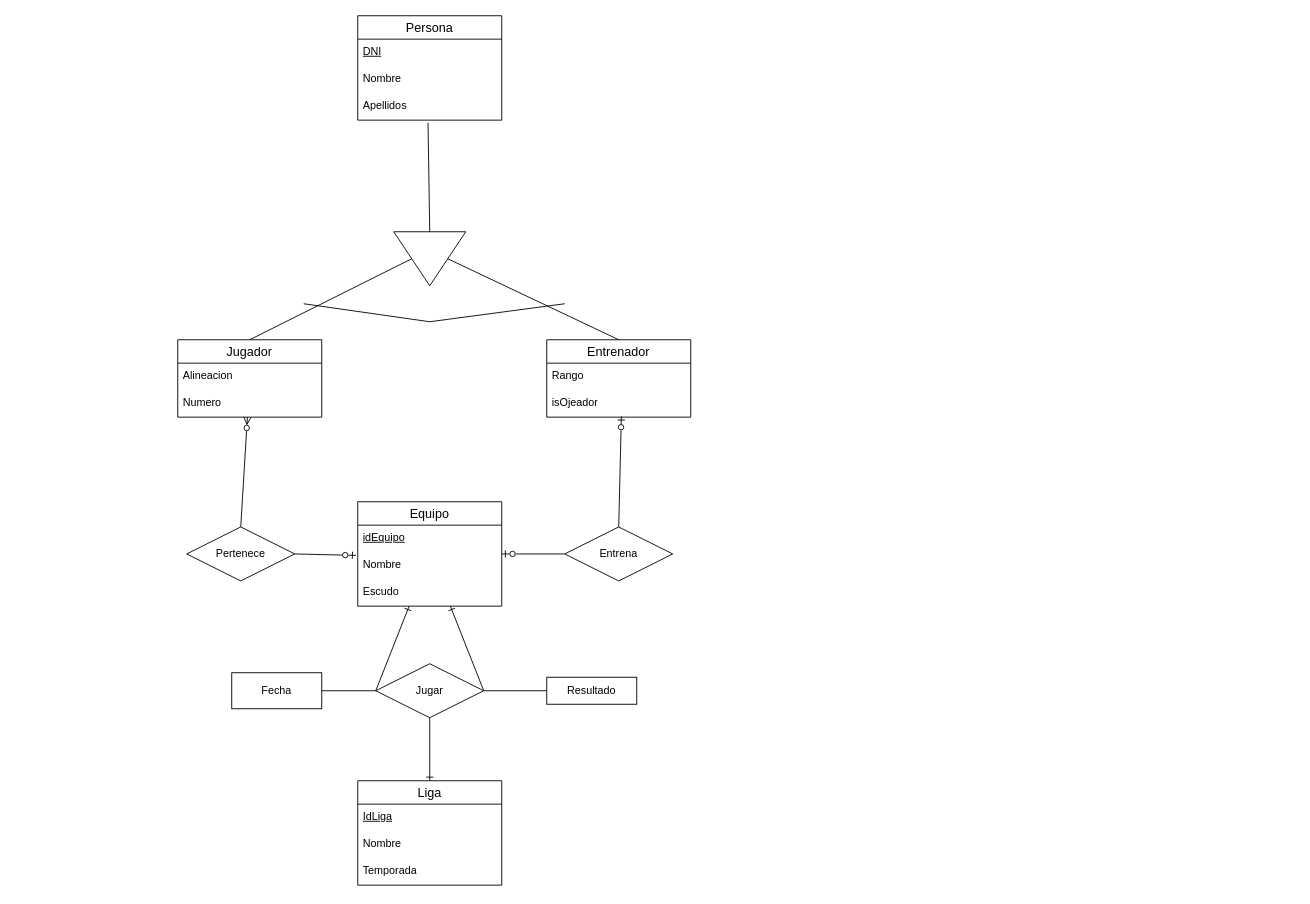
Above: TA12Ej10.drawio in AlejandroCara/acr-tsys-modeloER-drawio-1110 (draw.io), before the change. Source tidied: cells renumbered, new cells numbered last; positions are measured from the earlier drawing's top-left corner, leaving out a move shared by most shapes. Both pictures are drawn from the tidied source at 90%, with x=0, y=0 at pixel (177, 15).
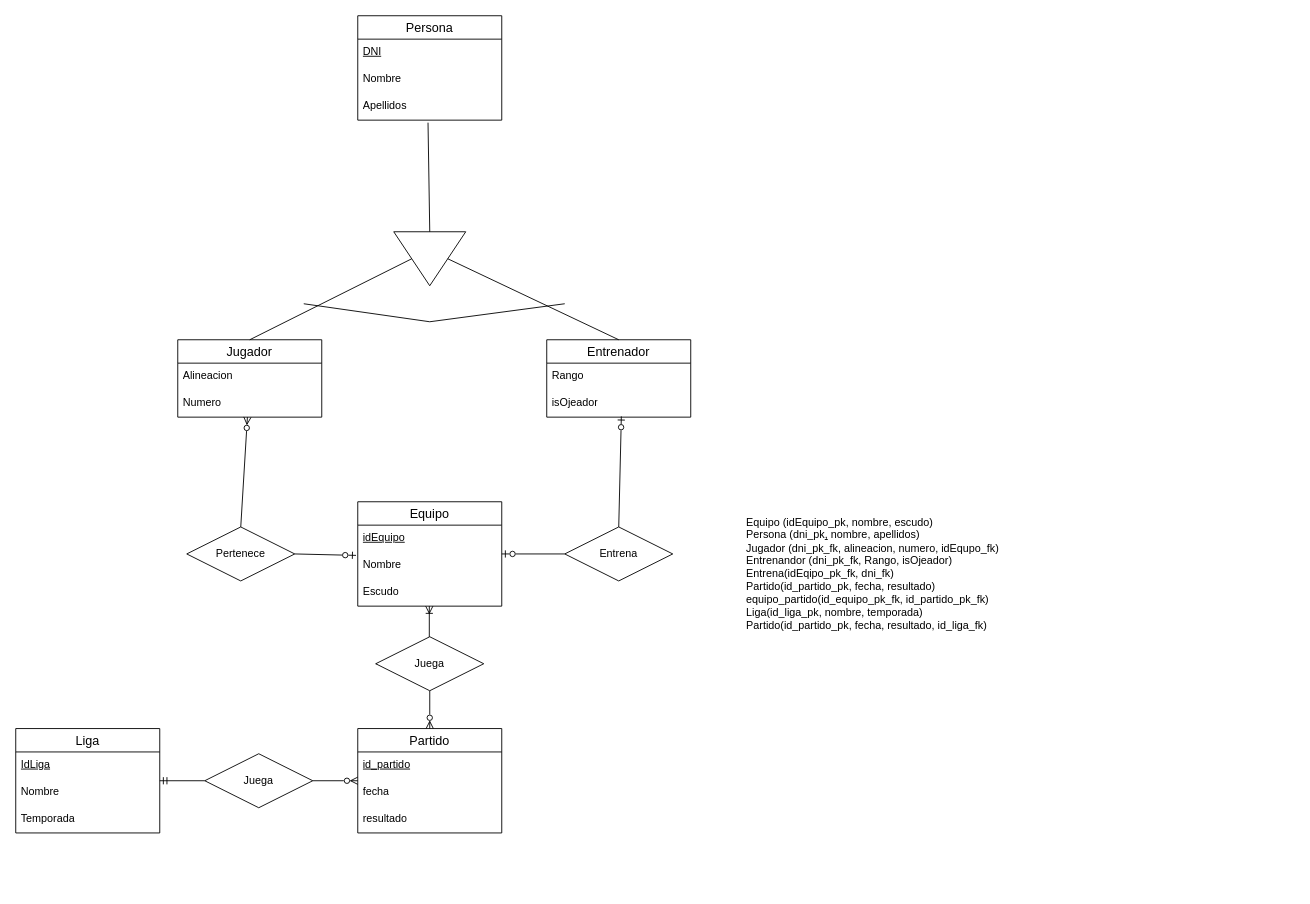
Above is the later version.

Commit message:
modelo relacional ej10

The change refers to these unchanged cells:
```xml
<mxCell id="12" value="Equipo" style="swimlane;fontStyle=0;horizontal=1;startSize=26;align=center;fontSize=14;" parent="1" vertex="1">
  <mxGeometry x="200" y="540" width="160" height="116" as="geometry" />
</mxCell>
```

The edit, as a diff of the source:
```diff
@@
-    <mxCell id="16" value="Liga" style="swimlane;fontStyle=0;horizontal=1;startSize=26;align=center;fontSize=14;" parent="1" vertex="1">
-      <mxGeometry x="200" y="850" width="160" height="116" as="geometry" />
-    </mxCell>
-    <mxCell id="17" value="&lt;u&gt;IdLiga&lt;/u&gt;" style="text;strokeColor=none;fillColor=none;spacingLeft=4;spacingRight=4;overflow=hidden;fontSize=12;whiteSpace=wrap;html=1;" parent="16" vertex="1">
-      <mxGeometry y="26" width="160" height="30" as="geometry" />
-    </mxCell>
-    <mxCell id="18" value="Nombre" style="text;strokeColor=none;fillColor=none;spacingLeft=4;spacingRight=4;overflow=hidden;fontSize=12;whiteSpace=wrap;html=1;" parent="16" vertex="1">
-      <mxGeometry y="56" width="160" height="30" as="geometry" />
-    </mxCell>
-    <mxCell id="19" value="Temporada" style="text;strokeColor=none;fillColor=none;spacingLeft=4;spacingRight=4;overflow=hidden;fontSize=12;whiteSpace=wrap;html=1;" parent="16" vertex="1">
-      <mxGeometry y="86" width="160" height="30" as="geometry" />
-    </mxCell>
@@
-    <mxCell id="31" value="Jugar" style="shape=rhombus;perimeter=rhombusPerimeter;whiteSpace=wrap;html=1;align=center;" parent="1" vertex="1">
-      <mxGeometry x="220" y="720" width="120" height="60" as="geometry" />
-    </mxCell>
-    <mxCell id="32" style="endArrow=ERone;html=1;rounded=0;exitX=0;exitY=0.5;exitDx=0;exitDy=0;endFill=0;" parent="1" edge="1" source="31" target="12">
-      <mxGeometry relative="1" as="geometry" />
+    <mxCell id="32" style="endArrow=ERoneToMany;html=1;rounded=0;endFill=0;" parent="1" edge="1" source="45">
+      <mxGeometry relative="1" as="geometry">
+        <mxPoint x="279.5" y="656" as="targetPoint" />
+        <Array as="points">
+          <mxPoint x="279.5" y="720" />
+        </Array>
+      </mxGeometry>
     </mxCell>
-    <mxCell id="33" style="endArrow=none;html=1;rounded=0;entryX=1;entryY=0.5;entryDx=0;entryDy=0;endFill=0;startArrow=ERone;startFill=0;" parent="1" edge="1" source="12" target="31">
-      <mxGeometry relative="1" as="geometry" />
-    </mxCell>
-    <mxCell id="34" value="Resultado" style="whiteSpace=wrap;html=1;align=center;" parent="1" vertex="1">
-      <mxGeometry x="410" y="735" width="100" height="30" as="geometry" />
-    </mxCell>
-    <mxCell id="35" style="endArrow=none;html=1;rounded=0;" parent="1" edge="1" source="31" target="34">
-      <mxGeometry relative="1" as="geometry" />
-    </mxCell>
-    <mxCell id="36" value="Fecha" style="whiteSpace=wrap;html=1;align=center;" parent="1" vertex="1">
-      <mxGeometry x="60" y="730" width="100" height="40" as="geometry" />
-    </mxCell>
-    <mxCell id="37" style="endArrow=none;html=1;rounded=0;" parent="1" edge="1" source="31" target="36">
-      <mxGeometry relative="1" as="geometry" />
-    </mxCell>
-    <mxCell id="38" style="endArrow=none;html=1;rounded=0;endFill=0;startArrow=ERone;startFill=0;" parent="1" edge="1" source="16" target="31">
-      <mxGeometry relative="1" as="geometry" />
-    </mxCell>
+    <mxCell id="39" value="Equipo (idEquipo_pk, nombre, escudo)&lt;br style=&quot;border-color: var(--border-color);&quot;&gt;Persona (dni_pk&lt;u&gt;,&lt;/u&gt; nombre, apellidos)&lt;br&gt;Jugador (dni_pk_fk, alineacion, numero, idEqupo_fk)&lt;br&gt;Entrenandor (dni_pk_fk, Rango, isOjeador)&lt;br&gt;Entrena(idEqipo_pk_fk, dni_fk)&lt;br&gt;Partido(id_partido_pk, fecha, resultado)&lt;br&gt;equipo_partido(id_equipo_pk_fk, id_partido_pk_fk)&lt;br&gt;Liga(id_liga_pk, nombre, temporada)&lt;br&gt;Partido(id_partido_pk, fecha, resultado, id_liga_fk)" style="text;html=1;strokeColor=none;fillColor=none;align=left;verticalAlign=middle;whiteSpace=wrap;rounded=0;" parent="1" vertex="1">
+      <mxGeometry x="630" y="410" width="610" height="420" as="geometry" />
+    </mxCell>
+    <mxCell id="40" value="Partido" style="swimlane;fontStyle=0;horizontal=1;startSize=26;align=center;fontSize=14;" parent="1" vertex="1">
+      <mxGeometry x="200" y="792" width="160" height="116" as="geometry" />
+    </mxCell>
+    <mxCell id="41" value="&lt;u&gt;id_partido&lt;/u&gt;" style="text;strokeColor=none;fillColor=none;spacingLeft=4;spacingRight=4;overflow=hidden;fontSize=12;whiteSpace=wrap;html=1;" parent="40" vertex="1">
+      <mxGeometry y="26" width="160" height="30" as="geometry" />
+    </mxCell>
+    <mxCell id="42" value="fecha" style="text;strokeColor=none;fillColor=none;spacingLeft=4;spacingRight=4;overflow=hidden;fontSize=12;whiteSpace=wrap;html=1;" parent="40" vertex="1">
+      <mxGeometry y="56" width="160" height="30" as="geometry" />
+    </mxCell>
+    <mxCell id="43" value="resultado" style="text;strokeColor=none;fillColor=none;spacingLeft=4;spacingRight=4;overflow=hidden;fontSize=12;whiteSpace=wrap;html=1;" parent="40" vertex="1">
+      <mxGeometry y="86" width="160" height="30" as="geometry" />
+    </mxCell>
+    <mxCell id="44" style="edgeStyle=orthogonalEdgeStyle;rounded=0;jettySize=auto;html=1;endArrow=ERzeroToMany;endFill=0;" parent="1" edge="1" source="45" target="40">
+      <mxGeometry relative="1" as="geometry" />
+    </mxCell>
+    <mxCell id="45" value="Juega" style="shape=rhombus;perimeter=rhombusPerimeter;whiteSpace=wrap;html=1;align=center;" parent="1" vertex="1">
+      <mxGeometry x="220" y="690" width="120" height="60" as="geometry" />
+    </mxCell>
+    <mxCell id="16" value="Liga" style="swimlane;fontStyle=0;horizontal=1;startSize=26;align=center;fontSize=14;" parent="1" vertex="1">
+      <mxGeometry x="-180" y="792" width="160" height="116" as="geometry" />
+    </mxCell>
+    <mxCell id="17" value="&lt;u&gt;IdLiga&lt;/u&gt;" style="text;strokeColor=none;fillColor=none;spacingLeft=4;spacingRight=4;overflow=hidden;fontSize=12;whiteSpace=wrap;html=1;" parent="16" vertex="1">
+      <mxGeometry y="26" width="160" height="30" as="geometry" />
+    </mxCell>
+    <mxCell id="18" value="Nombre" style="text;strokeColor=none;fillColor=none;spacingLeft=4;spacingRight=4;overflow=hidden;fontSize=12;whiteSpace=wrap;html=1;" parent="16" vertex="1">
+      <mxGeometry y="56" width="160" height="30" as="geometry" />
+    </mxCell>
+    <mxCell id="19" value="Temporada" style="text;strokeColor=none;fillColor=none;spacingLeft=4;spacingRight=4;overflow=hidden;fontSize=12;whiteSpace=wrap;html=1;" parent="16" vertex="1">
+      <mxGeometry y="86" width="160" height="30" as="geometry" />
+    </mxCell>
+    <mxCell id="46" style="edgeStyle=orthogonalEdgeStyle;rounded=0;jettySize=auto;html=1;endArrow=ERzeroToMany;endFill=0;" parent="1" edge="1" source="48" target="40">
+      <mxGeometry relative="1" as="geometry" />
+    </mxCell>
+    <mxCell id="47" style="edgeStyle=orthogonalEdgeStyle;rounded=0;jettySize=auto;html=1;endArrow=ERmandOne;endFill=0;" parent="1" edge="1" source="48" target="16">
+      <mxGeometry relative="1" as="geometry" />
+    </mxCell>
+    <mxCell id="48" value="Juega" style="shape=rhombus;perimeter=rhombusPerimeter;whiteSpace=wrap;html=1;align=center;" parent="1" vertex="1">
+      <mxGeometry x="30" y="820" width="120" height="60" as="geometry" />
+    </mxCell>
```
